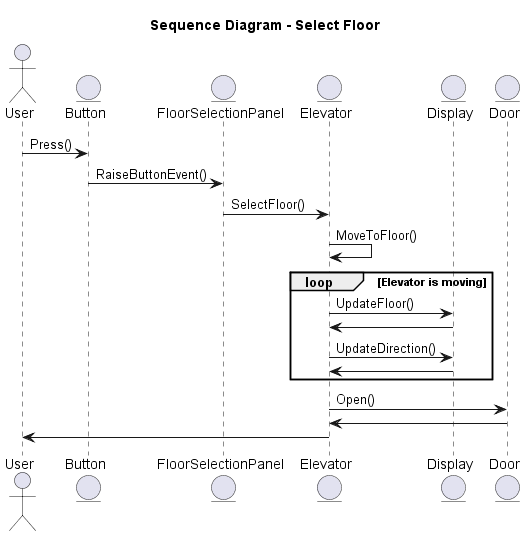
The PlantUML diagram Software Design & Algorithms/Elevator/out/Diagrams/Sequence_SelectFloor.png in NathanThus/Technology-Semester-3, before a commit.
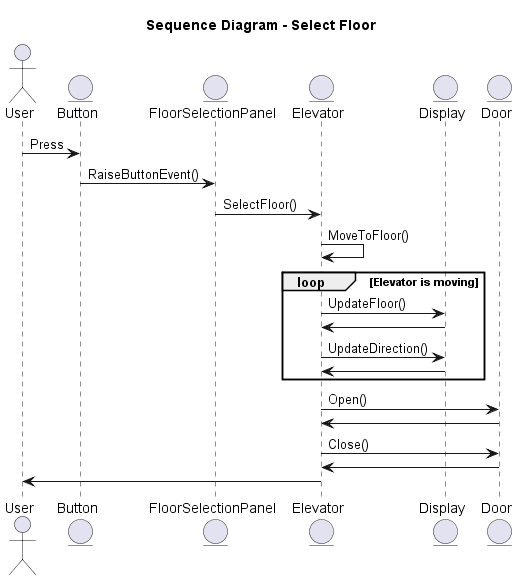
After the commit.

The edit, as a diff of the source:
```diff
@@ -8,7 +8,7 @@
 Entity Display
 entity Door
 
-User -> Button : Press()
+User -> Button : Press
 Button -> FloorSelectionPanel : RaiseButtonEvent()
 FloorSelectionPanel -> Elevator : SelectFloor()
 Elevator -> Elevator : MoveToFloor()
@@ -22,5 +22,7 @@
 
 Elevator -> Door : Open()
 Door -> Elevator
+Elevator -> Door : Close()
+Door -> Elevator
 Elevator -> User
 @enduml
```
